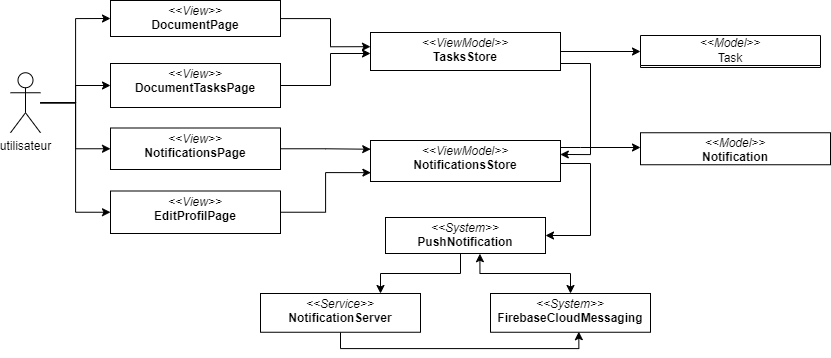
Earlier version of the draw.io export images_pfe/dca_sprint8.png (PFE-Neoledge-2023/rapport). Source tidied: cells renumbered, new cells last; positions are measured from the earlier drawing's top-left corner, leaving out a move shared by most shapes. Source of this version:
```xml
<mxGraphModel>
  <root>
    <mxCell id="0" />
    <mxCell id="1" parent="0" />
    <mxCell id="2" style="edgeStyle=orthogonalEdgeStyle;rounded=0;html=1;entryX=0.552;entryY=0.986;entryDx=0;entryDy=0;entryPerimeter=0;startArrow=none;startFill=0;endArrow=classic;endFill=1;" parent="1" edge="1" target="x">
      <mxGeometry relative="1" as="geometry">
        <mxPoint x="335.1" y="0.3" as="sourcePoint" />
        <Array as="points">
          <mxPoint x="335" y="9" />
          <mxPoint x="573" y="9" />
        </Array>
      </mxGeometry>
    </mxCell>
    <mxCell id="3" style="edgeStyle=orthogonalEdgeStyle;html=1;entryX=0;entryY=0.5;entryDx=0;entryDy=0;rounded=0;" parent="1" edge="1" source="7" target="16">
      <mxGeometry relative="1" as="geometry" />
    </mxCell>
    <mxCell id="4" style="edgeStyle=orthogonalEdgeStyle;html=1;entryX=0;entryY=0.5;entryDx=0;entryDy=0;rounded=0;" parent="1" edge="1" source="7" target="9">
      <mxGeometry relative="1" as="geometry" />
    </mxCell>
    <mxCell id="5" style="edgeStyle=orthogonalEdgeStyle;html=1;entryX=0;entryY=0.5;entryDx=0;entryDy=0;rounded=0;" parent="1" edge="1" source="7" target="11">
      <mxGeometry relative="1" as="geometry" />
    </mxCell>
    <mxCell id="6" style="edgeStyle=orthogonalEdgeStyle;rounded=0;html=1;entryX=0;entryY=0.5;entryDx=0;entryDy=0;startArrow=none;startFill=0;endArrow=classic;endFill=1;" parent="1" edge="1" source="7" target="29">
      <mxGeometry relative="1" as="geometry" />
    </mxCell>
    <mxCell id="7" value="utilisateur" style="shape=umlActor;verticalLabelPosition=bottom;verticalAlign=top;html=1;outlineConnect=0;" parent="1" vertex="1">
      <mxGeometry y="89.2" width="30" height="60" as="geometry" />
    </mxCell>
    <mxCell id="8" style="edgeStyle=orthogonalEdgeStyle;html=1;entryX=0.001;entryY=0.213;entryDx=0;entryDy=0;entryPerimeter=0;rounded=0;" parent="1" edge="1" source="9" target="26">
      <mxGeometry relative="1" as="geometry" />
    </mxCell>
    <mxCell id="9" value="&lt;p style=&quot;margin:0px;margin-top:4px;text-align:center;&quot;&gt;&lt;i&gt;&amp;lt;&amp;lt;View&amp;gt;&amp;gt;&lt;/i&gt;&lt;br&gt;&lt;b&gt;NotificationsPage&lt;/b&gt;&lt;br&gt;&lt;/p&gt;&lt;p style=&quot;border-color: var(--border-color); margin: 0px 0px 0px 4px;&quot;&gt;&lt;br&gt;&lt;/p&gt;" style="verticalAlign=top;align=left;overflow=fill;fontSize=12;fontFamily=Helvetica;html=1;whiteSpace=wrap;" parent="1" vertex="1">
      <mxGeometry x="100" y="144.5" width="170" height="41.5" as="geometry" />
    </mxCell>
    <mxCell id="10" style="edgeStyle=orthogonalEdgeStyle;html=1;rounded=0;" parent="1" edge="1" source="11" target="14">
      <mxGeometry relative="1" as="geometry">
        <Array as="points">
          <mxPoint x="320" y="102" />
          <mxPoint x="320" y="70" />
        </Array>
      </mxGeometry>
    </mxCell>
    <mxCell id="11" value="&lt;p style=&quot;margin:0px;margin-top:4px;text-align:center;&quot;&gt;&lt;i&gt;&amp;lt;&amp;lt;View&amp;gt;&amp;gt;&lt;/i&gt;&lt;br&gt;&lt;b&gt;DocumentTasksPage&lt;/b&gt;&lt;br&gt;&lt;/p&gt;&lt;p style=&quot;border-color: var(--border-color); margin: 0px 0px 0px 4px;&quot;&gt;&lt;br&gt;&lt;/p&gt;" style="verticalAlign=top;align=left;overflow=fill;fontSize=12;fontFamily=Helvetica;html=1;whiteSpace=wrap;" parent="1" vertex="1">
      <mxGeometry x="100" y="80" width="170" height="44" as="geometry" />
    </mxCell>
    <mxCell id="12" style="edgeStyle=orthogonalEdgeStyle;html=1;entryX=0;entryY=0.5;entryDx=0;entryDy=0;rounded=0;" parent="1" edge="1" source="14" target="27">
      <mxGeometry relative="1" as="geometry" />
    </mxCell>
    <mxCell id="13" style="edgeStyle=orthogonalEdgeStyle;rounded=0;html=1;entryX=0.999;entryY=0.341;entryDx=0;entryDy=0;entryPerimeter=0;exitX=1;exitY=0.75;exitDx=0;exitDy=0;" parent="1" edge="1" source="14" target="26">
      <mxGeometry relative="1" as="geometry">
        <Array as="points">
          <mxPoint x="550" y="80" />
          <mxPoint x="580" y="80" />
          <mxPoint x="580" y="171" />
        </Array>
      </mxGeometry>
    </mxCell>
    <mxCell id="14" value="&lt;p style=&quot;margin:0px;margin-top:4px;text-align:center;&quot;&gt;&lt;i&gt;&amp;lt;&amp;lt;ViewModel&amp;gt;&amp;gt;&lt;/i&gt;&lt;br&gt;&lt;b&gt;TasksStore&lt;/b&gt;&lt;/p&gt;&lt;p style=&quot;margin:0px;margin-left:4px;&quot;&gt;&lt;br&gt;&lt;/p&gt;" style="verticalAlign=top;align=left;overflow=fill;fontSize=12;fontFamily=Helvetica;html=1;whiteSpace=wrap;" parent="1" vertex="1">
      <mxGeometry x="360" y="49" width="190" height="38" as="geometry" />
    </mxCell>
    <mxCell id="15" style="edgeStyle=orthogonalEdgeStyle;html=1;entryX=0.002;entryY=0.784;entryDx=0;entryDy=0;rounded=0;entryPerimeter=0;" parent="1" edge="1" source="16" target="26">
      <mxGeometry relative="1" as="geometry" />
    </mxCell>
    <mxCell id="16" value="&lt;p style=&quot;margin:0px;margin-top:4px;text-align:center;&quot;&gt;&lt;i&gt;&amp;lt;&amp;lt;View&amp;gt;&amp;gt;&lt;/i&gt;&lt;br&gt;&lt;b&gt;EditProfilPage&lt;/b&gt;&lt;/p&gt;&lt;p style=&quot;border-color: var(--border-color); margin: 0px 0px 0px 4px;&quot;&gt;&lt;br&gt;&lt;/p&gt;&lt;p style=&quot;border-color: var(--border-color); margin: 0px 0px 0px 4px;&quot;&gt;&lt;br&gt;&lt;/p&gt;" style="verticalAlign=top;align=left;overflow=fill;fontSize=12;fontFamily=Helvetica;html=1;whiteSpace=wrap;" parent="1" vertex="1">
      <mxGeometry x="100" y="207.5" width="170" height="42.5" as="geometry" />
    </mxCell>
    <mxCell id="17" style="edgeStyle=orthogonalEdgeStyle;rounded=0;html=1;exitX=0.75;exitY=0;exitDx=0;exitDy=0;entryX=0.25;entryY=1;entryDx=0;entryDy=0;startArrow=classic;startFill=1;endArrow=none;endFill=0;" parent="1" edge="1" source="19" target="22">
      <mxGeometry relative="1" as="geometry">
        <Array as="points">
          <mxPoint x="370" y="290" />
          <mxPoint x="450" y="290" />
          <mxPoint x="450" y="270" />
        </Array>
      </mxGeometry>
    </mxCell>
    <mxCell id="18" style="edgeStyle=orthogonalEdgeStyle;rounded=0;html=1;entryX=0.552;entryY=0.986;entryDx=0;entryDy=0;entryPerimeter=0;startArrow=none;startFill=0;endArrow=classic;endFill=1;" parent="1" edge="1" source="19" target="21">
      <mxGeometry relative="1" as="geometry">
        <Array as="points">
          <mxPoint x="330" y="365" />
          <mxPoint x="568" y="365" />
        </Array>
      </mxGeometry>
    </mxCell>
    <mxCell id="19" value="&lt;p style=&quot;margin:0px;margin-top:4px;text-align:center;&quot;&gt;&lt;i&gt;&amp;lt;&amp;lt;Service&amp;gt;&amp;gt;&lt;/i&gt;&lt;br&gt;&lt;b&gt;NotificationServer&lt;/b&gt;&lt;br&gt;&lt;/p&gt;&lt;p style=&quot;border-color: var(--border-color); margin: 0px 0px 0px 4px;&quot;&gt;&lt;br&gt;&lt;/p&gt;&lt;div&gt;&lt;br&gt;&lt;/div&gt;&lt;p style=&quot;border-color: var(--border-color); margin: 0px 0px 0px 4px;&quot;&gt;&lt;br&gt;&lt;/p&gt;" style="verticalAlign=top;align=left;overflow=fill;fontSize=12;fontFamily=Helvetica;html=1;whiteSpace=wrap;" parent="1" vertex="1">
      <mxGeometry x="250" y="310" width="160" height="38.8" as="geometry" />
    </mxCell>
    <mxCell id="20" style="edgeStyle=orthogonalEdgeStyle;rounded=0;html=1;exitX=0.5;exitY=0;exitDx=0;exitDy=0;entryX=0.59;entryY=1.006;entryDx=0;entryDy=0;startArrow=classic;startFill=1;endArrow=classic;endFill=1;entryPerimeter=0;" parent="1" edge="1" source="21" target="22">
      <mxGeometry relative="1" as="geometry">
        <Array as="points">
          <mxPoint x="560" y="290" />
          <mxPoint x="469" y="290" />
        </Array>
      </mxGeometry>
    </mxCell>
    <mxCell id="21" value="&lt;p style=&quot;margin:0px;margin-top:4px;text-align:center;&quot;&gt;&lt;i&gt;&amp;lt;&amp;lt;System&amp;gt;&amp;gt;&lt;/i&gt;&lt;br&gt;&lt;b&gt;FirebaseCloudMessaging&lt;/b&gt;&lt;br&gt;&lt;/p&gt;&lt;p style=&quot;border-color: var(--border-color); margin: 0px 0px 0px 4px;&quot;&gt;&lt;br&gt;&lt;/p&gt;&lt;div&gt;&lt;br&gt;&lt;/div&gt;&lt;p style=&quot;border-color: var(--border-color); margin: 0px 0px 0px 4px;&quot;&gt;&lt;br&gt;&lt;/p&gt;" style="verticalAlign=top;align=left;overflow=fill;fontSize=12;fontFamily=Helvetica;html=1;whiteSpace=wrap;" parent="1" vertex="1">
      <mxGeometry x="480" y="310" width="160" height="38.8" as="geometry" />
    </mxCell>
    <mxCell id="22" value="&lt;p style=&quot;margin:0px;margin-top:4px;text-align:center;&quot;&gt;&lt;i&gt;&amp;lt;&amp;lt;&lt;/i&gt;&lt;i&gt;System&lt;/i&gt;&lt;i&gt;&amp;gt;&amp;gt;&lt;/i&gt;&lt;br&gt;&lt;b&gt;PushNotification&lt;/b&gt;&lt;br&gt;&lt;/p&gt;&lt;p style=&quot;border-color: var(--border-color); margin: 0px 0px 0px 4px;&quot;&gt;&lt;br&gt;&lt;/p&gt;" style="verticalAlign=top;align=left;overflow=fill;fontSize=12;fontFamily=Helvetica;html=1;whiteSpace=wrap;" parent="1" vertex="1">
      <mxGeometry x="375" y="234" width="160" height="36" as="geometry" />
    </mxCell>
    <mxCell id="23" value="&lt;p style=&quot;margin:0px;margin-top:4px;text-align:center;&quot;&gt;&lt;i&gt;&amp;lt;&amp;lt;Model&amp;gt;&amp;gt;&lt;/i&gt;&lt;br&gt;&lt;b&gt;Notification&lt;/b&gt;&lt;/p&gt;&lt;p style=&quot;margin:0px;margin-left:4px;&quot;&gt;&lt;br&gt;&lt;/p&gt;" style="verticalAlign=top;align=left;overflow=fill;fontSize=12;fontFamily=Helvetica;html=1;whiteSpace=wrap;" parent="1" vertex="1">
      <mxGeometry x="630" y="149.2" width="190" height="32" as="geometry" />
    </mxCell>
    <mxCell id="24" style="edgeStyle=orthogonalEdgeStyle;html=1;rounded=0;" parent="1" edge="1" source="26">
      <mxGeometry relative="1" as="geometry">
        <mxPoint x="630" y="164" as="targetPoint" />
        <Array as="points">
          <mxPoint x="570" y="164" />
          <mxPoint x="570" y="164" />
        </Array>
      </mxGeometry>
    </mxCell>
    <mxCell id="25" style="edgeStyle=orthogonalEdgeStyle;rounded=0;html=1;entryX=1;entryY=0.5;entryDx=0;entryDy=0;startArrow=none;startFill=0;endArrow=classic;endFill=1;" parent="1" edge="1" source="26" target="22">
      <mxGeometry relative="1" as="geometry">
        <Array as="points">
          <mxPoint x="580" y="180" />
          <mxPoint x="580" y="252" />
        </Array>
      </mxGeometry>
    </mxCell>
    <mxCell id="26" value="&lt;p style=&quot;margin:0px;margin-top:4px;text-align:center;&quot;&gt;&lt;i&gt;&amp;lt;&amp;lt;ViewModel&amp;gt;&amp;gt;&lt;/i&gt;&lt;br&gt;&lt;b&gt;NotificationsStore&lt;/b&gt;&lt;/p&gt;&lt;p style=&quot;margin:0px;margin-left:4px;&quot;&gt;&lt;br&gt;&lt;/p&gt;" style="verticalAlign=top;align=left;overflow=fill;fontSize=12;fontFamily=Helvetica;html=1;whiteSpace=wrap;" parent="1" vertex="1">
      <mxGeometry x="360" y="157" width="190" height="41" as="geometry" />
    </mxCell>
    <mxCell id="27" value="&lt;i style=&quot;border-color: var(--border-color);&quot;&gt;&amp;lt;&amp;lt;Model&amp;gt;&amp;gt;&lt;/i&gt;&lt;br style=&quot;border-color: var(--border-color);&quot;&gt;Task" style="swimlane;fontStyle=0;horizontal=1;startSize=30;whiteSpace=wrap;html=1;" parent="1" vertex="1">
      <mxGeometry x="630" y="52" width="180" height="32" as="geometry" />
    </mxCell>
    <mxCell id="28" style="edgeStyle=orthogonalEdgeStyle;rounded=0;html=1;entryX=0;entryY=0.373;entryDx=0;entryDy=0;entryPerimeter=0;startArrow=none;startFill=0;endArrow=classic;endFill=1;" parent="1" edge="1" source="29" target="14">
      <mxGeometry relative="1" as="geometry">
        <Array as="points">
          <mxPoint x="320" y="35" />
          <mxPoint x="320" y="63" />
        </Array>
      </mxGeometry>
    </mxCell>
    <mxCell id="29" value="&lt;p style=&quot;margin:0px;margin-top:4px;text-align:center;&quot;&gt;&lt;i&gt;&amp;lt;&amp;lt;View&amp;gt;&amp;gt;&lt;/i&gt;&lt;br&gt;&lt;b&gt;DocumentPage&lt;/b&gt;&lt;br&gt;&lt;/p&gt;&lt;p style=&quot;border-color: var(--border-color); margin: 0px 0px 0px 4px;&quot;&gt;&lt;br&gt;&lt;/p&gt;" style="verticalAlign=top;align=left;overflow=fill;fontSize=12;fontFamily=Helvetica;html=1;whiteSpace=wrap;" parent="1" vertex="1">
      <mxGeometry x="100" y="17" width="170" height="36" as="geometry" />
    </mxCell>
  </root>
</mxGraphModel>
```
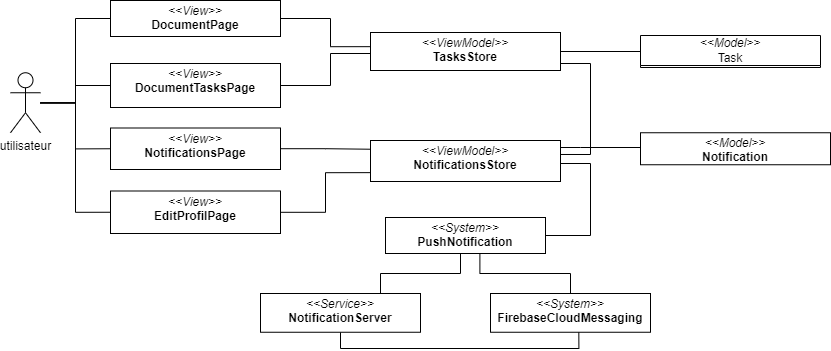
After the commit.

The edit, as a diff of the source:
```diff
@@ -2,37 +2,28 @@
   <root>
     <mxCell id="0" />
     <mxCell id="1" parent="0" />
-    <mxCell id="2" style="edgeStyle=orthogonalEdgeStyle;rounded=0;html=1;entryX=0.552;entryY=0.986;entryDx=0;entryDy=0;entryPerimeter=0;startArrow=none;startFill=0;endArrow=classic;endFill=1;" parent="1" edge="1" target="x">
-      <mxGeometry relative="1" as="geometry">
-        <mxPoint x="335.1" y="0.3" as="sourcePoint" />
-        <Array as="points">
-          <mxPoint x="335" y="9" />
-          <mxPoint x="573" y="9" />
-        </Array>
-      </mxGeometry>
-    </mxCell>
-    <mxCell id="3" style="edgeStyle=orthogonalEdgeStyle;html=1;entryX=0;entryY=0.5;entryDx=0;entryDy=0;rounded=0;" parent="1" edge="1" source="7" target="16">
+    <mxCell id="3" style="edgeStyle=orthogonalEdgeStyle;html=1;entryX=0;entryY=0.5;entryDx=0;entryDy=0;rounded=0;endArrow=none;endFill=0;" parent="1" edge="1" source="7" target="16">
       <mxGeometry relative="1" as="geometry" />
     </mxCell>
-    <mxCell id="4" style="edgeStyle=orthogonalEdgeStyle;html=1;entryX=0;entryY=0.5;entryDx=0;entryDy=0;rounded=0;" parent="1" edge="1" source="7" target="9">
+    <mxCell id="4" style="edgeStyle=orthogonalEdgeStyle;html=1;entryX=0;entryY=0.5;entryDx=0;entryDy=0;rounded=0;endArrow=none;endFill=0;" parent="1" edge="1" source="7" target="9">
       <mxGeometry relative="1" as="geometry" />
     </mxCell>
-    <mxCell id="5" style="edgeStyle=orthogonalEdgeStyle;html=1;entryX=0;entryY=0.5;entryDx=0;entryDy=0;rounded=0;" parent="1" edge="1" source="7" target="11">
+    <mxCell id="5" style="edgeStyle=orthogonalEdgeStyle;html=1;entryX=0;entryY=0.5;entryDx=0;entryDy=0;rounded=0;endArrow=none;endFill=0;" parent="1" edge="1" source="7" target="11">
       <mxGeometry relative="1" as="geometry" />
     </mxCell>
-    <mxCell id="6" style="edgeStyle=orthogonalEdgeStyle;rounded=0;html=1;entryX=0;entryY=0.5;entryDx=0;entryDy=0;startArrow=none;startFill=0;endArrow=classic;endFill=1;" parent="1" edge="1" source="7" target="29">
+    <mxCell id="6" style="edgeStyle=orthogonalEdgeStyle;rounded=0;html=1;entryX=0;entryY=0.5;entryDx=0;entryDy=0;startArrow=none;startFill=0;endArrow=none;endFill=0;" parent="1" edge="1" source="7" target="29">
       <mxGeometry relative="1" as="geometry" />
     </mxCell>
     <mxCell id="7" value="utilisateur" style="shape=umlActor;verticalLabelPosition=bottom;verticalAlign=top;html=1;outlineConnect=0;" parent="1" vertex="1">
       <mxGeometry y="89.2" width="30" height="60" as="geometry" />
     </mxCell>
-    <mxCell id="8" style="edgeStyle=orthogonalEdgeStyle;html=1;entryX=0.001;entryY=0.213;entryDx=0;entryDy=0;entryPerimeter=0;rounded=0;" parent="1" edge="1" source="9" target="26">
+    <mxCell id="8" style="edgeStyle=orthogonalEdgeStyle;html=1;entryX=0.001;entryY=0.213;entryDx=0;entryDy=0;entryPerimeter=0;rounded=0;endArrow=none;endFill=0;" parent="1" edge="1" source="9" target="26">
       <mxGeometry relative="1" as="geometry" />
     </mxCell>
     <mxCell id="9" value="&lt;p style=&quot;margin:0px;margin-top:4px;text-align:center;&quot;&gt;&lt;i&gt;&amp;lt;&amp;lt;View&amp;gt;&amp;gt;&lt;/i&gt;&lt;br&gt;&lt;b&gt;NotificationsPage&lt;/b&gt;&lt;br&gt;&lt;/p&gt;&lt;p style=&quot;border-color: var(--border-color); margin: 0px 0px 0px 4px;&quot;&gt;&lt;br&gt;&lt;/p&gt;" style="verticalAlign=top;align=left;overflow=fill;fontSize=12;fontFamily=Helvetica;html=1;whiteSpace=wrap;" parent="1" vertex="1">
       <mxGeometry x="100" y="144.5" width="170" height="41.5" as="geometry" />
     </mxCell>
-    <mxCell id="10" style="edgeStyle=orthogonalEdgeStyle;html=1;rounded=0;" parent="1" edge="1" source="11" target="14">
+    <mxCell id="10" style="edgeStyle=orthogonalEdgeStyle;html=1;rounded=0;endArrow=none;endFill=0;" parent="1" edge="1" source="11" target="14">
       <mxGeometry relative="1" as="geometry">
         <Array as="points">
           <mxPoint x="320" y="102" />
@@ -43,10 +34,10 @@
     <mxCell id="11" value="&lt;p style=&quot;margin:0px;margin-top:4px;text-align:center;&quot;&gt;&lt;i&gt;&amp;lt;&amp;lt;View&amp;gt;&amp;gt;&lt;/i&gt;&lt;br&gt;&lt;b&gt;DocumentTasksPage&lt;/b&gt;&lt;br&gt;&lt;/p&gt;&lt;p style=&quot;border-color: var(--border-color); margin: 0px 0px 0px 4px;&quot;&gt;&lt;br&gt;&lt;/p&gt;" style="verticalAlign=top;align=left;overflow=fill;fontSize=12;fontFamily=Helvetica;html=1;whiteSpace=wrap;" parent="1" vertex="1">
       <mxGeometry x="100" y="80" width="170" height="44" as="geometry" />
     </mxCell>
-    <mxCell id="12" style="edgeStyle=orthogonalEdgeStyle;html=1;entryX=0;entryY=0.5;entryDx=0;entryDy=0;rounded=0;" parent="1" edge="1" source="14" target="27">
+    <mxCell id="12" style="edgeStyle=orthogonalEdgeStyle;html=1;entryX=0;entryY=0.5;entryDx=0;entryDy=0;rounded=0;endArrow=none;endFill=0;" parent="1" edge="1" source="14" target="27">
       <mxGeometry relative="1" as="geometry" />
     </mxCell>
-    <mxCell id="13" style="edgeStyle=orthogonalEdgeStyle;rounded=0;html=1;entryX=0.999;entryY=0.341;entryDx=0;entryDy=0;entryPerimeter=0;exitX=1;exitY=0.75;exitDx=0;exitDy=0;" parent="1" edge="1" source="14" target="26">
+    <mxCell id="13" style="edgeStyle=orthogonalEdgeStyle;rounded=0;html=1;entryX=0.999;entryY=0.341;entryDx=0;entryDy=0;entryPerimeter=0;exitX=1;exitY=0.75;exitDx=0;exitDy=0;endArrow=none;endFill=0;" parent="1" edge="1" source="14" target="26">
       <mxGeometry relative="1" as="geometry">
         <Array as="points">
           <mxPoint x="550" y="80" />
@@ -58,13 +49,13 @@
     <mxCell id="14" value="&lt;p style=&quot;margin:0px;margin-top:4px;text-align:center;&quot;&gt;&lt;i&gt;&amp;lt;&amp;lt;ViewModel&amp;gt;&amp;gt;&lt;/i&gt;&lt;br&gt;&lt;b&gt;TasksStore&lt;/b&gt;&lt;/p&gt;&lt;p style=&quot;margin:0px;margin-left:4px;&quot;&gt;&lt;br&gt;&lt;/p&gt;" style="verticalAlign=top;align=left;overflow=fill;fontSize=12;fontFamily=Helvetica;html=1;whiteSpace=wrap;" parent="1" vertex="1">
       <mxGeometry x="360" y="49" width="190" height="38" as="geometry" />
     </mxCell>
-    <mxCell id="15" style="edgeStyle=orthogonalEdgeStyle;html=1;entryX=0.002;entryY=0.784;entryDx=0;entryDy=0;rounded=0;entryPerimeter=0;" parent="1" edge="1" source="16" target="26">
+    <mxCell id="15" style="edgeStyle=orthogonalEdgeStyle;html=1;entryX=0.002;entryY=0.784;entryDx=0;entryDy=0;rounded=0;entryPerimeter=0;endArrow=none;endFill=0;" parent="1" edge="1" source="16" target="26">
       <mxGeometry relative="1" as="geometry" />
     </mxCell>
     <mxCell id="16" value="&lt;p style=&quot;margin:0px;margin-top:4px;text-align:center;&quot;&gt;&lt;i&gt;&amp;lt;&amp;lt;View&amp;gt;&amp;gt;&lt;/i&gt;&lt;br&gt;&lt;b&gt;EditProfilPage&lt;/b&gt;&lt;/p&gt;&lt;p style=&quot;border-color: var(--border-color); margin: 0px 0px 0px 4px;&quot;&gt;&lt;br&gt;&lt;/p&gt;&lt;p style=&quot;border-color: var(--border-color); margin: 0px 0px 0px 4px;&quot;&gt;&lt;br&gt;&lt;/p&gt;" style="verticalAlign=top;align=left;overflow=fill;fontSize=12;fontFamily=Helvetica;html=1;whiteSpace=wrap;" parent="1" vertex="1">
       <mxGeometry x="100" y="207.5" width="170" height="42.5" as="geometry" />
     </mxCell>
-    <mxCell id="17" style="edgeStyle=orthogonalEdgeStyle;rounded=0;html=1;exitX=0.75;exitY=0;exitDx=0;exitDy=0;entryX=0.25;entryY=1;entryDx=0;entryDy=0;startArrow=classic;startFill=1;endArrow=none;endFill=0;" parent="1" edge="1" source="19" target="22">
+    <mxCell id="17" style="edgeStyle=orthogonalEdgeStyle;rounded=0;html=1;exitX=0.75;exitY=0;exitDx=0;exitDy=0;entryX=0.25;entryY=1;entryDx=0;entryDy=0;startArrow=none;startFill=0;endArrow=none;endFill=0;" parent="1" edge="1" source="19" target="22">
       <mxGeometry relative="1" as="geometry">
         <Array as="points">
           <mxPoint x="370" y="290" />
@@ -73,7 +64,7 @@
         </Array>
       </mxGeometry>
     </mxCell>
-    <mxCell id="18" style="edgeStyle=orthogonalEdgeStyle;rounded=0;html=1;entryX=0.552;entryY=0.986;entryDx=0;entryDy=0;entryPerimeter=0;startArrow=none;startFill=0;endArrow=classic;endFill=1;" parent="1" edge="1" source="19" target="21">
+    <mxCell id="18" style="edgeStyle=orthogonalEdgeStyle;rounded=0;html=1;entryX=0.552;entryY=0.986;entryDx=0;entryDy=0;entryPerimeter=0;startArrow=none;startFill=0;endArrow=none;endFill=0;" parent="1" edge="1" source="19" target="21">
       <mxGeometry relative="1" as="geometry">
         <Array as="points">
           <mxPoint x="330" y="365" />
@@ -84,7 +75,7 @@
     <mxCell id="19" value="&lt;p style=&quot;margin:0px;margin-top:4px;text-align:center;&quot;&gt;&lt;i&gt;&amp;lt;&amp;lt;Service&amp;gt;&amp;gt;&lt;/i&gt;&lt;br&gt;&lt;b&gt;NotificationServer&lt;/b&gt;&lt;br&gt;&lt;/p&gt;&lt;p style=&quot;border-color: var(--border-color); margin: 0px 0px 0px 4px;&quot;&gt;&lt;br&gt;&lt;/p&gt;&lt;div&gt;&lt;br&gt;&lt;/div&gt;&lt;p style=&quot;border-color: var(--border-color); margin: 0px 0px 0px 4px;&quot;&gt;&lt;br&gt;&lt;/p&gt;" style="verticalAlign=top;align=left;overflow=fill;fontSize=12;fontFamily=Helvetica;html=1;whiteSpace=wrap;" parent="1" vertex="1">
       <mxGeometry x="250" y="310" width="160" height="38.8" as="geometry" />
     </mxCell>
-    <mxCell id="20" style="edgeStyle=orthogonalEdgeStyle;rounded=0;html=1;exitX=0.5;exitY=0;exitDx=0;exitDy=0;entryX=0.59;entryY=1.006;entryDx=0;entryDy=0;startArrow=classic;startFill=1;endArrow=classic;endFill=1;entryPerimeter=0;" parent="1" edge="1" source="21" target="22">
+    <mxCell id="20" style="edgeStyle=orthogonalEdgeStyle;rounded=0;html=1;exitX=0.5;exitY=0;exitDx=0;exitDy=0;entryX=0.59;entryY=1.006;entryDx=0;entryDy=0;startArrow=none;startFill=0;endArrow=none;endFill=0;entryPerimeter=0;" parent="1" edge="1" source="21" target="22">
       <mxGeometry relative="1" as="geometry">
         <Array as="points">
           <mxPoint x="560" y="290" />
@@ -101,7 +92,7 @@
     <mxCell id="23" value="&lt;p style=&quot;margin:0px;margin-top:4px;text-align:center;&quot;&gt;&lt;i&gt;&amp;lt;&amp;lt;Model&amp;gt;&amp;gt;&lt;/i&gt;&lt;br&gt;&lt;b&gt;Notification&lt;/b&gt;&lt;/p&gt;&lt;p style=&quot;margin:0px;margin-left:4px;&quot;&gt;&lt;br&gt;&lt;/p&gt;" style="verticalAlign=top;align=left;overflow=fill;fontSize=12;fontFamily=Helvetica;html=1;whiteSpace=wrap;" parent="1" vertex="1">
       <mxGeometry x="630" y="149.2" width="190" height="32" as="geometry" />
     </mxCell>
-    <mxCell id="24" style="edgeStyle=orthogonalEdgeStyle;html=1;rounded=0;" parent="1" edge="1" source="26">
+    <mxCell id="24" style="edgeStyle=orthogonalEdgeStyle;html=1;rounded=0;endArrow=none;endFill=0;" parent="1" edge="1" source="26">
       <mxGeometry relative="1" as="geometry">
         <mxPoint x="630" y="164" as="targetPoint" />
         <Array as="points">
@@ -110,7 +101,7 @@
         </Array>
       </mxGeometry>
     </mxCell>
-    <mxCell id="25" style="edgeStyle=orthogonalEdgeStyle;rounded=0;html=1;entryX=1;entryY=0.5;entryDx=0;entryDy=0;startArrow=none;startFill=0;endArrow=classic;endFill=1;" parent="1" edge="1" source="26" target="22">
+    <mxCell id="25" style="edgeStyle=orthogonalEdgeStyle;rounded=0;html=1;entryX=1;entryY=0.5;entryDx=0;entryDy=0;startArrow=none;startFill=0;endArrow=none;endFill=0;" parent="1" edge="1" source="26" target="22">
       <mxGeometry relative="1" as="geometry">
         <Array as="points">
           <mxPoint x="580" y="180" />
@@ -124,7 +115,7 @@
     <mxCell id="27" value="&lt;i style=&quot;border-color: var(--border-color);&quot;&gt;&amp;lt;&amp;lt;Model&amp;gt;&amp;gt;&lt;/i&gt;&lt;br style=&quot;border-color: var(--border-color);&quot;&gt;Task" style="swimlane;fontStyle=0;horizontal=1;startSize=30;whiteSpace=wrap;html=1;" parent="1" vertex="1">
       <mxGeometry x="630" y="52" width="180" height="32" as="geometry" />
     </mxCell>
-    <mxCell id="28" style="edgeStyle=orthogonalEdgeStyle;rounded=0;html=1;entryX=0;entryY=0.373;entryDx=0;entryDy=0;entryPerimeter=0;startArrow=none;startFill=0;endArrow=classic;endFill=1;" parent="1" edge="1" source="29" target="14">
+    <mxCell id="28" style="edgeStyle=orthogonalEdgeStyle;rounded=0;html=1;entryX=0;entryY=0.373;entryDx=0;entryDy=0;entryPerimeter=0;startArrow=none;startFill=0;endArrow=none;endFill=0;" parent="1" edge="1" source="29" target="14">
       <mxGeometry relative="1" as="geometry">
         <Array as="points">
           <mxPoint x="320" y="35" />
```
